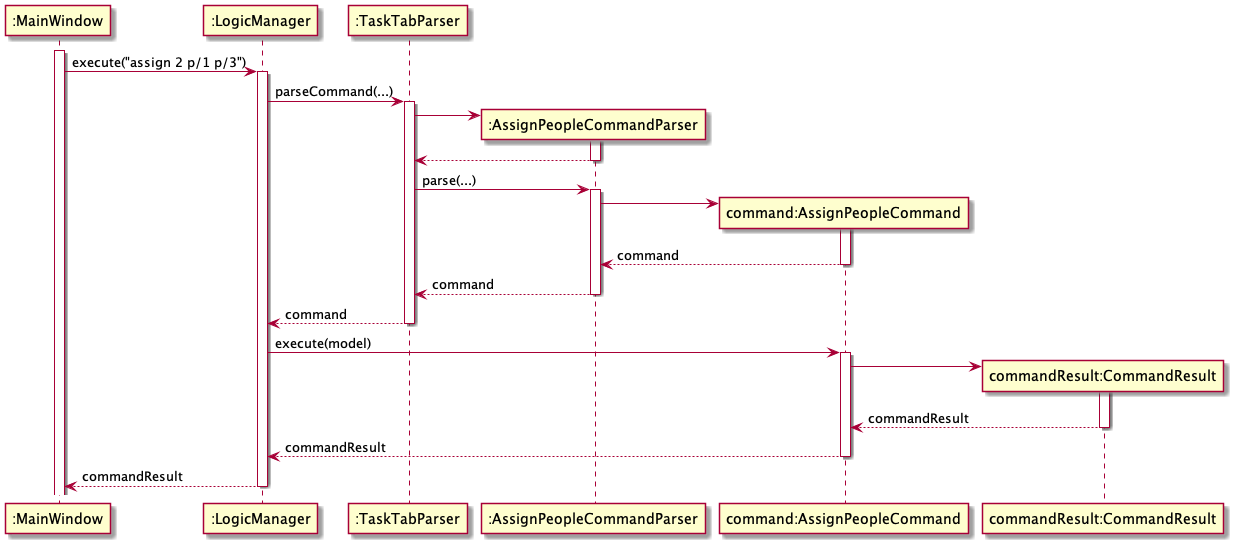
The PlantUML diagram docs/images/AssignPeopleSequenceDiagram.png in nus-cs2103-AY2122S1/tp, before a commit. Source of this version:
```plantuml
@startuml
participant ":MainWindow" as MainWindow
participant ":LogicManager" as LogicManager
participant ":TaskTabParser" as TaskTabParser
participant ":AssignPeopleCommandParser" as AssignPeopleCommandParser
participant "command:AssignPeopleCommand" as AssignPeopleCommand
participant "commandResult:CommandResult" as CommandResult

activate MainWindow
MainWindow -> LogicManager: execute("assign 2 p/1 p/3")
activate LogicManager

LogicManager -> TaskTabParser: parseCommand(...)
activate TaskTabParser

create AssignPeopleCommandParser
TaskTabParser -> AssignPeopleCommandParser
activate AssignPeopleCommandParser
AssignPeopleCommandParser --> TaskTabParser
deactivate AssignPeopleCommandParser

TaskTabParser -> AssignPeopleCommandParser: parse(...)
activate AssignPeopleCommandParser

create AssignPeopleCommand
AssignPeopleCommandParser -> AssignPeopleCommand:
activate AssignPeopleCommand

AssignPeopleCommand --> AssignPeopleCommandParser: command
deactivate AssignPeopleCommand

AssignPeopleCommandParser --> TaskTabParser: command
deactivate AssignPeopleCommandParser

TaskTabParser --> LogicManager: command
deactivate TaskTabParser

LogicManager -> AssignPeopleCommand: execute(model)
activate AssignPeopleCommand

create CommandResult
AssignPeopleCommand -> CommandResult
activate CommandResult
CommandResult --> AssignPeopleCommand: commandResult
deactivate CommandResult

AssignPeopleCommand --> LogicManager: commandResult
deactivate AssignPeopleCommand

LogicManager --> MainWindow: commandResult
deactivate LogicManager

@enduml
```
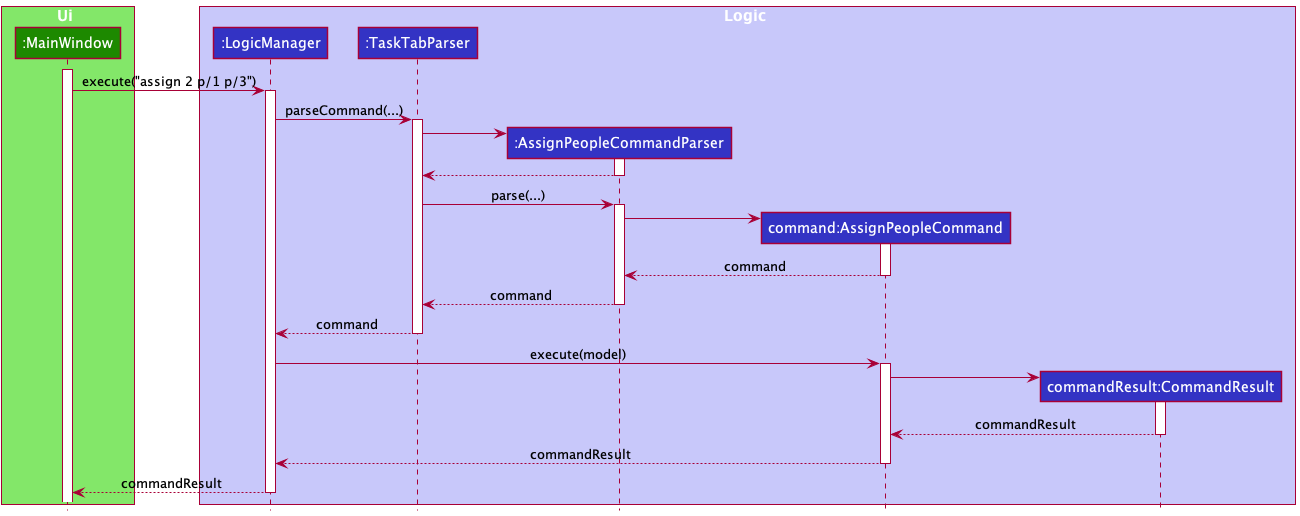
After the change.

Commit message:
Update Sequence diagram

Diff of the diagram source:
```diff
@@ -1,10 +1,17 @@
 @startuml
-participant ":MainWindow" as MainWindow
-participant ":LogicManager" as LogicManager
-participant ":TaskTabParser" as TaskTabParser
-participant ":AssignPeopleCommandParser" as AssignPeopleCommandParser
-participant "command:AssignPeopleCommand" as AssignPeopleCommand
-participant "commandResult:CommandResult" as CommandResult
+!include style.puml
+
+box Ui UI_COLOR_T1
+participant ":MainWindow" as MainWindow UI_COLOR
+end box
+
+box Logic LOGIC_COLOR_T1
+participant ":LogicManager" as LogicManager LOGIC_COLOR
+participant ":TaskTabParser" as TaskTabParser LOGIC_COLOR
+participant ":AssignPeopleCommandParser" as AssignPeopleCommandParser LOGIC_COLOR
+participant "command:AssignPeopleCommand" as AssignPeopleCommand LOGIC_COLOR
+participant "commandResult:CommandResult" as CommandResult LOGIC_COLOR
+end box
 
 activate MainWindow
 MainWindow -> LogicManager: execute("assign 2 p/1 p/3")
```
